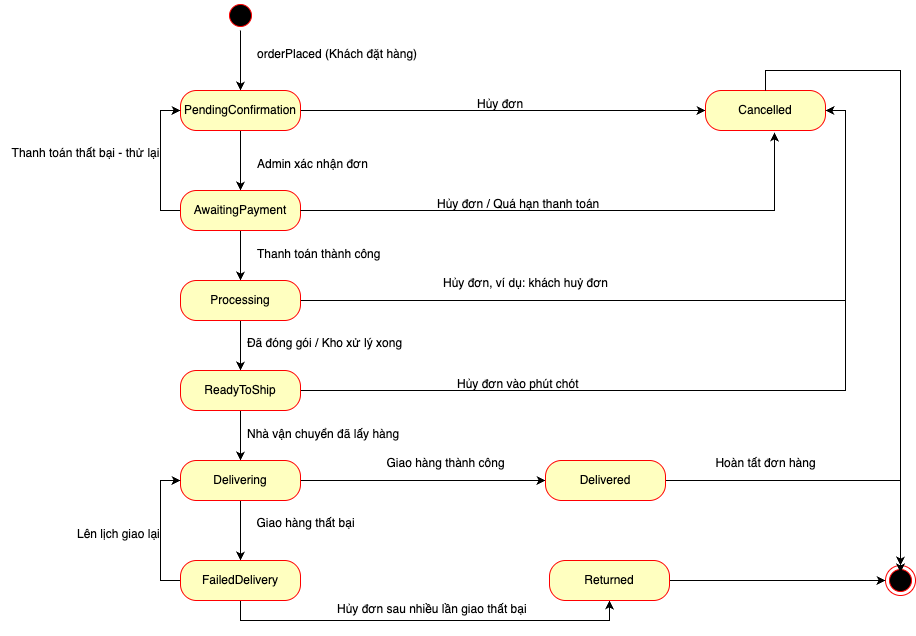
IT3120-Phan-tich-va-thi-t-k-h-th-ng/BTL keeps this draw.io diagram as State Machine Diagram/SMD quản lý đơn hàng.png. Above is the earlier version. Source tidied: cells renumbered, new cells last; positions are measured from the earlier drawing's top-left corner, leaving out a move shared by most shapes.
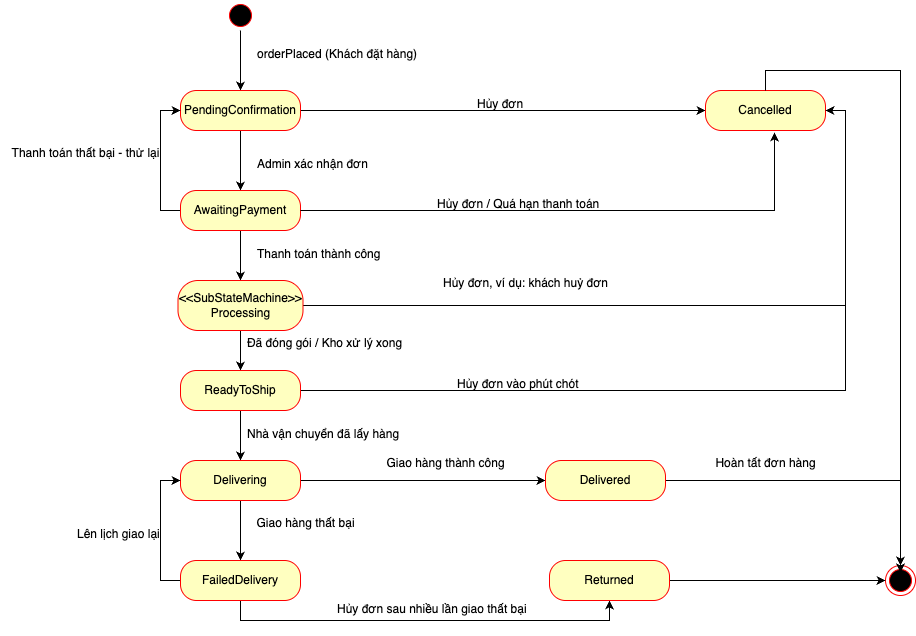
After the commit.

What changed in the source:
```diff
@@ -44,8 +44,8 @@
     <mxCell id="15" style="edgeStyle=orthogonalEdgeStyle;rounded=0;jettySize=auto;html=1;exitX=1;exitY=0.5;exitDx=0;exitDy=0;entryX=1;entryY=0.5;entryDx=0;entryDy=0;" parent="1" edge="1" source="16" target="12">
       <mxGeometry relative="1" as="geometry" />
     </mxCell>
-    <mxCell id="16" value="Processing" style="rounded=1;whiteSpace=wrap;html=1;arcSize=40;fontColor=#000000;fillColor=#ffffc0;strokeColor=#ff0000;" parent="1" vertex="1">
-      <mxGeometry x="180" y="280" width="120" height="40" as="geometry" />
+    <mxCell id="16" value="&amp;lt;&amp;lt;SubStateMachine&amp;gt;&amp;gt;&lt;div&gt;Processing&lt;/div&gt;" style="rounded=1;whiteSpace=wrap;html=1;arcSize=40;fontColor=#000000;fillColor=#ffffc0;strokeColor=#ff0000;" parent="1" vertex="1">
+      <mxGeometry x="177.5" y="280" width="125" height="50" as="geometry" />
     </mxCell>
     <mxCell id="17" style="edgeStyle=orthogonalEdgeStyle;rounded=0;jettySize=auto;html=1;exitX=0.5;exitY=1;exitDx=0;exitDy=0;entryX=0.5;entryY=0;entryDx=0;entryDy=0;" parent="1" edge="1" source="19" target="28">
       <mxGeometry relative="1" as="geometry" />
```
